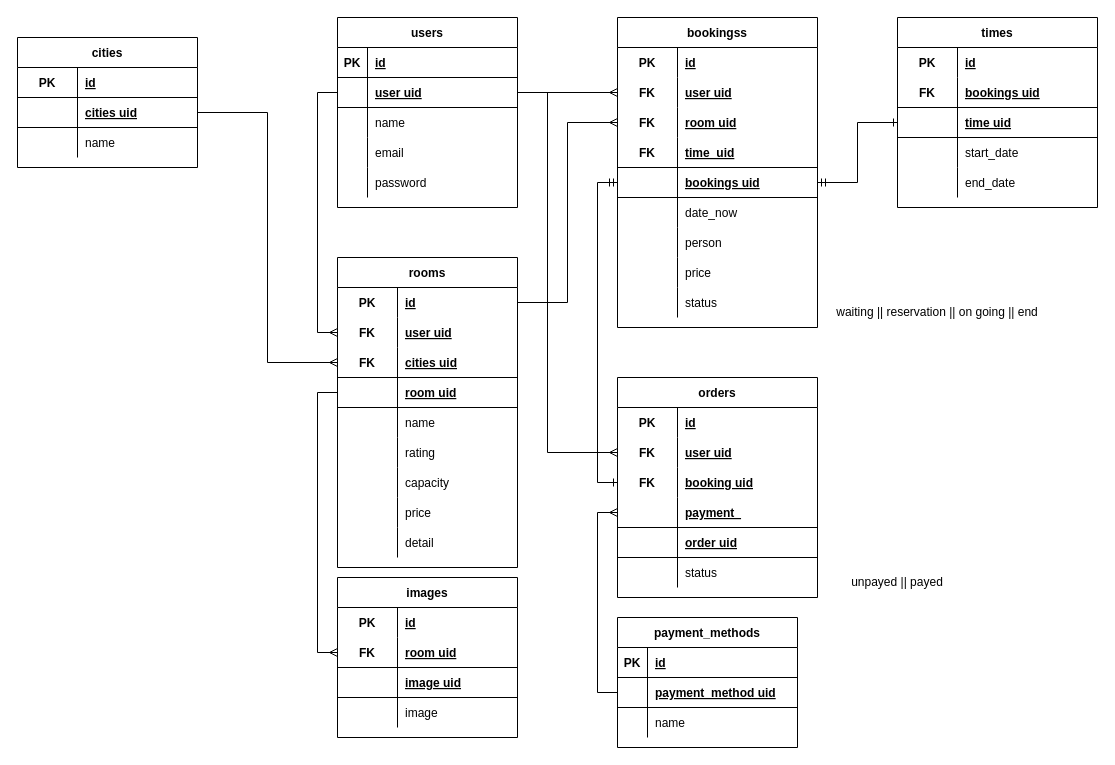
AIRBNB-App-Project2/backend-airbnb keeps this draw.io diagram as repository/erd/altaProject .drawio. Above is the earlier version. Source tidied: cells renumbered, new cells numbered last; positions are measured from the earlier drawing's top-left corner, leaving out a move shared by most shapes. Both pictures are drawn from the tidied source at 100%, with x=0, y=0 at pixel (17, 17).
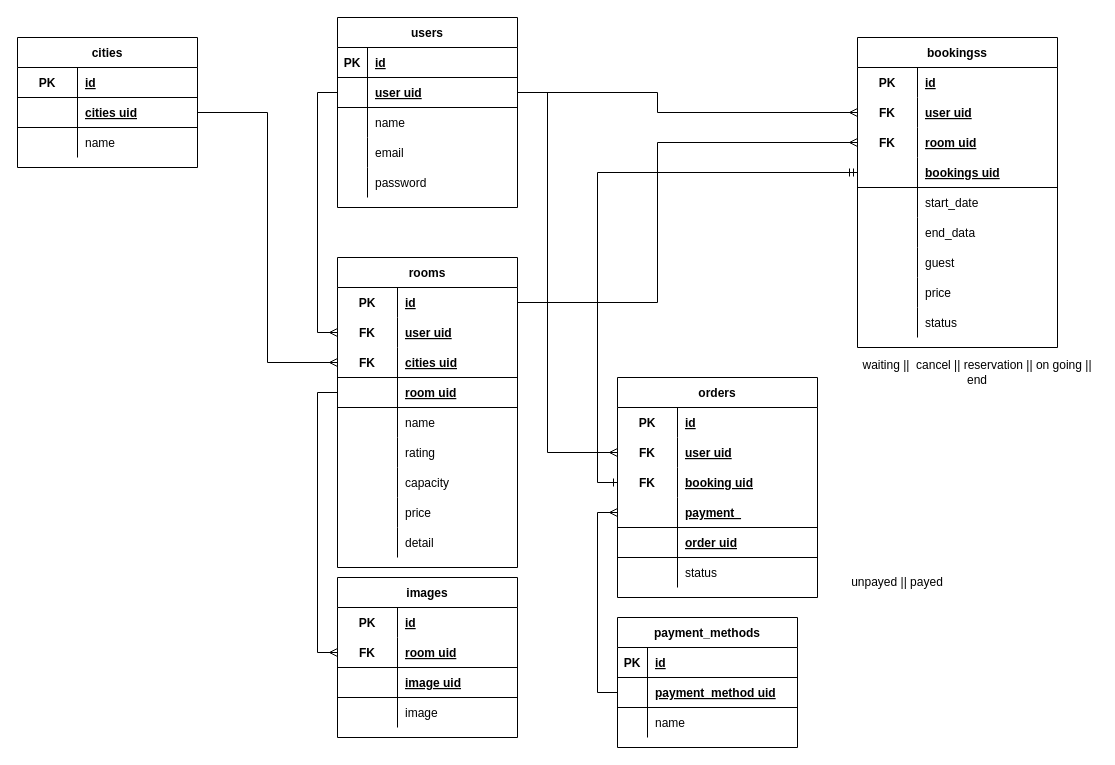
After the change.

The change refers to these unchanged cells:
```xml
<mxCell id="7" style="shape=tableRow;horizontal=0;startSize=0;swimlaneHead=0;swimlaneBody=0;fillColor=none;points=[[0,0.5],[1,0.5]];portConstraint=eastwest;top=0;left=0;right=0;bottom=1;" parent="3" vertex="1">
  <mxGeometry y="60" width="180" height="30" as="geometry" />
</mxCell>
<mxCell id="20" style="shape=tableRow;horizontal=0;startSize=0;swimlaneHead=0;swimlaneBody=0;fillColor=none;points=[[0,0.5],[1,0.5]];portConstraint=eastwest;top=0;left=0;right=0;bottom=0;" parent="19" vertex="1">
  <mxGeometry y="30" width="180" height="30" as="geometry" />
</mxCell>
<mxCell id="51" style="shape=tableRow;horizontal=0;startSize=0;swimlaneHead=0;swimlaneBody=0;fillColor=none;points=[[0,0.5],[1,0.5]];portConstraint=eastwest;top=0;left=0;right=0;bottom=1;strokeColor=none;" parent="47" vertex="1">
  <mxGeometry y="60" width="200" height="30" as="geometry" />
</mxCell>
<mxCell id="54" style="shape=tableRow;horizontal=0;startSize=0;swimlaneHead=0;swimlaneBody=0;fillColor=none;points=[[0,0.5],[1,0.5]];portConstraint=eastwest;top=0;left=0;right=0;bottom=1;strokeColor=none;" parent="47" vertex="1">
  <mxGeometry y="90" width="200" height="30" as="geometry" />
</mxCell>
<mxCell id="63" style="shape=tableRow;horizontal=0;startSize=0;swimlaneHead=0;swimlaneBody=0;fillColor=none;top=0;left=0;right=0;bottom=0;strokeColor=default;" parent="47" vertex="1">
  <mxGeometry y="180" width="200" height="30" as="geometry" />
</mxCell>
<mxCell id="66" style="shape=tableRow;horizontal=0;startSize=0;swimlaneHead=0;swimlaneBody=0;fillColor=none;top=0;left=0;right=0;bottom=0;strokeColor=default;" parent="47" vertex="1">
  <mxGeometry y="210" width="200" height="30" as="geometry" />
</mxCell>
```

The edit, as a diff of the source:
```diff
@@
     <mxCell id="47" value="bookingss" style="shape=table;startSize=30;childLayout=tableLayout;rowLines=0;fontStyle=1;align=center;strokeColor=default;fillColor=none;" parent="1" vertex="1">
-      <mxGeometry x="600" width="200" height="310" as="geometry" />
+      <mxGeometry x="840" y="20" width="200" height="310" as="geometry" />
     </mxCell>
@@
-    <mxCell id="57" style="shape=tableRow;horizontal=0;startSize=0;swimlaneHead=0;swimlaneBody=0;fillColor=none;top=0;left=0;right=0;bottom=1;strokeColor=default;" parent="47" vertex="1">
-      <mxGeometry y="120" width="200" height="30" as="geometry" />
-    </mxCell>
-    <mxCell id="58" value="FK" style="shape=partialRectangle;fillColor=none;top=0;left=0;bottom=0;right=0;fontStyle=1;overflow=hidden;strokeColor=default;" parent="57" vertex="1">
-      <mxGeometry width="60" height="30" as="geometry" />
-    </mxCell>
-    <mxCell id="59" value="time_uid" style="shape=partialRectangle;fillColor=none;top=0;left=0;bottom=0;right=0;align=left;spacingLeft=6;fontStyle=5;overflow=hidden;strokeColor=default;" parent="57" vertex="1">
-      <mxGeometry x="60" width="140" height="30" as="geometry" />
-    </mxCell>
     <mxCell id="60" style="shape=tableRow;horizontal=0;startSize=0;swimlaneHead=0;swimlaneBody=0;fillColor=none;points=[[0,0.5],[1,0.5]];portConstraint=eastwest;top=0;left=0;right=0;bottom=1;strokeColor=default;" parent="47" vertex="1">
-      <mxGeometry y="150" width="200" height="30" as="geometry" />
+      <mxGeometry y="120" width="200" height="30" as="geometry" />
     </mxCell>
@@
+    <mxCell id="124" style="shape=tableRow;horizontal=0;startSize=0;swimlaneHead=0;swimlaneBody=0;fillColor=none;top=0;left=0;right=0;bottom=0;strokeColor=default;" parent="47" vertex="1">
+      <mxGeometry y="150" width="200" height="30" as="geometry" />
+    </mxCell>
+    <mxCell id="153" style="shape=partialRectangle;fillColor=none;top=0;left=0;bottom=0;right=0;overflow=hidden;strokeColor=default;" parent="124" vertex="1">
+      <mxGeometry width="60" height="30" as="geometry" />
+    </mxCell>
+    <mxCell id="123" value="start_date" style="shape=partialRectangle;fillColor=none;top=0;left=0;bottom=0;right=0;align=left;spacingLeft=6;overflow=hidden;strokeColor=default;" parent="124" vertex="1">
+      <mxGeometry x="60" width="140" height="30" as="geometry" />
+    </mxCell>
@@
-    <mxCell id="64" style="shape=partialRectangle;fillColor=none;top=0;left=0;bottom=0;right=0;overflow=hidden;strokeColor=default;" parent="63" vertex="1">
-      <mxGeometry width="60" height="30" as="geometry" />
-    </mxCell>
-    <mxCell id="65" value="date_now" style="shape=partialRectangle;fillColor=none;top=0;left=0;bottom=0;right=0;align=left;spacingLeft=6;overflow=hidden;strokeColor=default;" parent="63" vertex="1">
-      <mxGeometry x="60" width="140" height="30" as="geometry" />
-    </mxCell>
+    <mxCell id="154" style="shape=partialRectangle;fillColor=none;top=0;left=0;bottom=0;right=0;overflow=hidden;strokeColor=default;" parent="63" vertex="1">
+      <mxGeometry width="60" height="30" as="geometry" />
+    </mxCell>
+    <mxCell id="155" value="end_data" style="shape=partialRectangle;fillColor=none;top=0;left=0;bottom=0;right=0;align=left;spacingLeft=6;overflow=hidden;strokeColor=default;" parent="63" vertex="1">
+      <mxGeometry x="60" width="140" height="30" as="geometry" />
+    </mxCell>
@@
-    <mxCell id="68" value="person" style="shape=partialRectangle;fillColor=none;top=0;left=0;bottom=0;right=0;align=left;spacingLeft=6;overflow=hidden;strokeColor=default;" parent="66" vertex="1">
+    <mxCell id="68" value="guest" style="shape=partialRectangle;fillColor=none;top=0;left=0;bottom=0;right=0;align=left;spacingLeft=6;overflow=hidden;strokeColor=default;" parent="66" vertex="1">
       <mxGeometry x="60" width="140" height="30" as="geometry" />
     </mxCell>
@@
     <mxCell id="75" style="edgeStyle=orthogonalEdgeStyle;rounded=0;jettySize=auto;html=1;exitX=1;exitY=0.5;exitDx=0;exitDy=0;entryX=0;entryY=0.5;entryDx=0;entryDy=0;startArrow=none;startFill=0;endArrow=ERmany;endFill=0;" parent="1" edge="1" source="20" target="54">
-      <mxGeometry relative="1" as="geometry" />
+      <mxGeometry relative="1" as="geometry">
+        <Array as="points">
+          <mxPoint x="640" y="285" />
+          <mxPoint x="640" y="125" />
+        </Array>
+      </mxGeometry>
     </mxCell>
     <mxCell id="76" style="edgeStyle=orthogonalEdgeStyle;rounded=0;jettySize=auto;html=1;exitX=1;exitY=0.5;exitDx=0;exitDy=0;entryX=0;entryY=0.5;entryDx=0;entryDy=0;endArrow=ERmany;endFill=0;" parent="1" edge="1" source="7" target="51">
-      <mxGeometry relative="1" as="geometry" />
+      <mxGeometry relative="1" as="geometry">
+        <Array as="points">
+          <mxPoint x="640" y="75" />
+          <mxPoint x="640" y="95" />
+        </Array>
+      </mxGeometry>
     </mxCell>
@@
-    <mxCell id="111" value="times" style="shape=table;startSize=30;childLayout=tableLayout;rowLines=0;fontStyle=1;align=center;strokeColor=default;fillColor=none;" parent="1" vertex="1">
-      <mxGeometry x="880" width="200" height="190" as="geometry" />
-    </mxCell>
-    <mxCell id="112" style="shape=tableRow;horizontal=0;startSize=0;swimlaneHead=0;swimlaneBody=0;fillColor=none;top=0;left=0;right=0;bottom=0;strokeColor=default;" parent="111" vertex="1">
-      <mxGeometry y="30" width="200" height="30" as="geometry" />
-    </mxCell>
-    <mxCell id="113" value="PK" style="shape=partialRectangle;fillColor=none;top=0;left=0;bottom=0;right=0;fontStyle=1;overflow=hidden;strokeColor=default;" parent="112" vertex="1">
-      <mxGeometry width="60" height="30" as="geometry" />
-    </mxCell>
-    <mxCell id="114" value="id" style="shape=partialRectangle;fillColor=none;top=0;left=0;bottom=0;right=0;align=left;spacingLeft=6;fontStyle=5;overflow=hidden;strokeColor=default;" parent="112" vertex="1">
-      <mxGeometry x="60" width="140" height="30" as="geometry" />
-    </mxCell>
-    <mxCell id="115" style="shape=tableRow;horizontal=0;startSize=0;swimlaneHead=0;swimlaneBody=0;fillColor=none;top=0;left=0;right=0;bottom=1;strokeColor=default;" parent="111" vertex="1">
-      <mxGeometry y="60" width="200" height="30" as="geometry" />
-    </mxCell>
-    <mxCell id="116" value="FK" style="shape=partialRectangle;fillColor=none;top=0;left=0;bottom=0;right=0;fontStyle=1;overflow=hidden;strokeColor=default;" parent="115" vertex="1">
-      <mxGeometry width="60" height="30" as="geometry" />
-    </mxCell>
-    <mxCell id="117" value="bookings uid" style="shape=partialRectangle;fillColor=none;top=0;left=0;bottom=0;right=0;align=left;spacingLeft=6;fontStyle=5;overflow=hidden;strokeColor=default;" parent="115" vertex="1">
-      <mxGeometry x="60" width="140" height="30" as="geometry" />
-    </mxCell>
-    <mxCell id="118" style="shape=tableRow;horizontal=0;startSize=0;swimlaneHead=0;swimlaneBody=0;fillColor=none;points=[[0,0.5],[1,0.5]];portConstraint=eastwest;top=0;left=0;right=0;bottom=1;strokeColor=default;" parent="111" vertex="1">
-      <mxGeometry y="90" width="200" height="30" as="geometry" />
-    </mxCell>
-    <mxCell id="119" style="shape=partialRectangle;fillColor=none;top=0;left=0;bottom=0;right=0;fontStyle=1;overflow=hidden;strokeColor=default;" parent="118" vertex="1">
-      <mxGeometry width="60" height="30" as="geometry" />
-    </mxCell>
-    <mxCell id="120" value="time uid" style="shape=partialRectangle;fillColor=none;top=0;left=0;bottom=0;right=0;align=left;spacingLeft=6;fontStyle=5;overflow=hidden;strokeColor=default;" parent="118" vertex="1">
-      <mxGeometry x="60" width="140" height="30" as="geometry" />
-    </mxCell>
-    <mxCell id="121" style="shape=tableRow;horizontal=0;startSize=0;swimlaneHead=0;swimlaneBody=0;fillColor=none;top=0;left=0;right=0;bottom=0;strokeColor=default;" parent="111" vertex="1">
-      <mxGeometry y="120" width="200" height="30" as="geometry" />
-    </mxCell>
-    <mxCell id="122" style="shape=partialRectangle;fillColor=none;top=0;left=0;bottom=0;right=0;overflow=hidden;strokeColor=default;" parent="121" vertex="1">
-      <mxGeometry width="60" height="30" as="geometry" />
-    </mxCell>
-    <mxCell id="123" value="start_date" style="shape=partialRectangle;fillColor=none;top=0;left=0;bottom=0;right=0;align=left;spacingLeft=6;overflow=hidden;strokeColor=default;" parent="121" vertex="1">
-      <mxGeometry x="60" width="140" height="30" as="geometry" />
-    </mxCell>
-    <mxCell id="124" style="shape=tableRow;horizontal=0;startSize=0;swimlaneHead=0;swimlaneBody=0;fillColor=none;top=0;left=0;right=0;bottom=0;strokeColor=default;" parent="111" vertex="1">
-      <mxGeometry y="150" width="200" height="30" as="geometry" />
-    </mxCell>
-    <mxCell id="125" style="shape=partialRectangle;fillColor=none;top=0;left=0;bottom=0;right=0;overflow=hidden;strokeColor=default;" parent="124" vertex="1">
-      <mxGeometry width="60" height="30" as="geometry" />
-    </mxCell>
-    <mxCell id="126" value="end_date" style="shape=partialRectangle;fillColor=none;top=0;left=0;bottom=0;right=0;align=left;spacingLeft=6;overflow=hidden;strokeColor=default;" parent="124" vertex="1">
-      <mxGeometry x="60" width="140" height="30" as="geometry" />
-    </mxCell>
-    <mxCell id="127" style="edgeStyle=orthogonalEdgeStyle;rounded=0;jettySize=auto;html=1;exitX=1;exitY=0.5;exitDx=0;exitDy=0;entryX=0;entryY=0.5;entryDx=0;entryDy=0;endArrow=ERone;endFill=0;startArrow=ERmandOne;startFill=0;" parent="1" edge="1" source="60" target="118">
-      <mxGeometry relative="1" as="geometry" />
-    </mxCell>
@@
-    <mxCell id="138" value="waiting || reservation || on going || end" style="text;html=1;strokeColor=none;fillColor=none;align=center;verticalAlign=middle;whiteSpace=wrap;rounded=0;" parent="1" vertex="1">
-      <mxGeometry x="800" y="280" width="240" height="30" as="geometry" />
+    <mxCell id="138" value="waiting ||&amp;nbsp; cancel || reservation || on going || end" style="text;html=1;strokeColor=none;fillColor=none;align=center;verticalAlign=middle;whiteSpace=wrap;rounded=0;" parent="1" vertex="1">
+      <mxGeometry x="840" y="340" width="240" height="30" as="geometry" />
     </mxCell>
```
